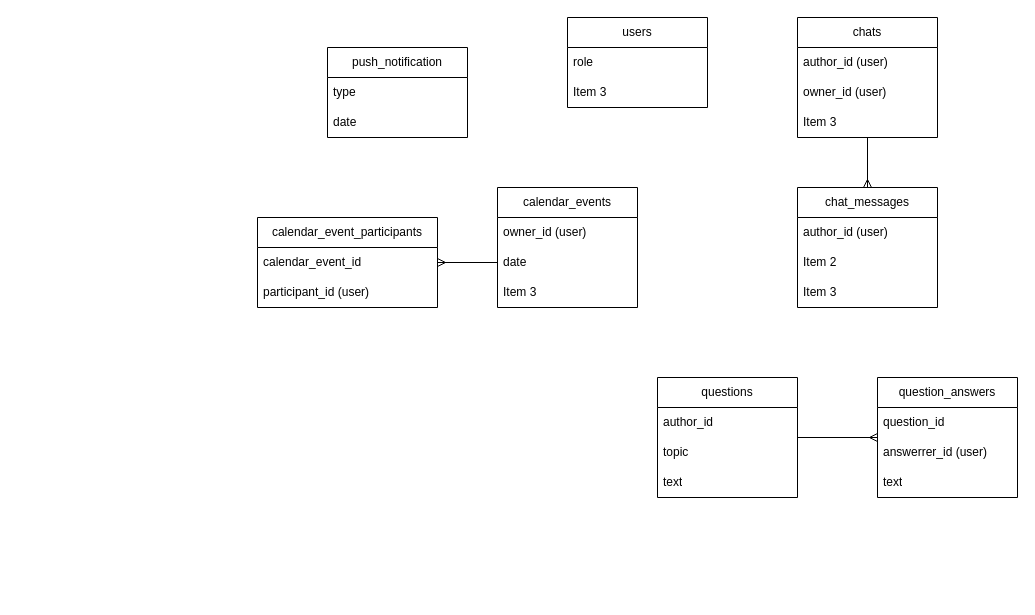
This is page "db" (2 of 4) of mirra-arch.drawio from Mirra-Psychology-Center/back-core, a draw.io file, before an edit. Source tidied: cells renumbered, new cells numbered last; positions are measured from the earlier drawing's top-left corner, leaving out a move shared by most shapes. Both pictures are drawn from the tidied source at 100%, with x=0, y=0 at pixel (257, 17).
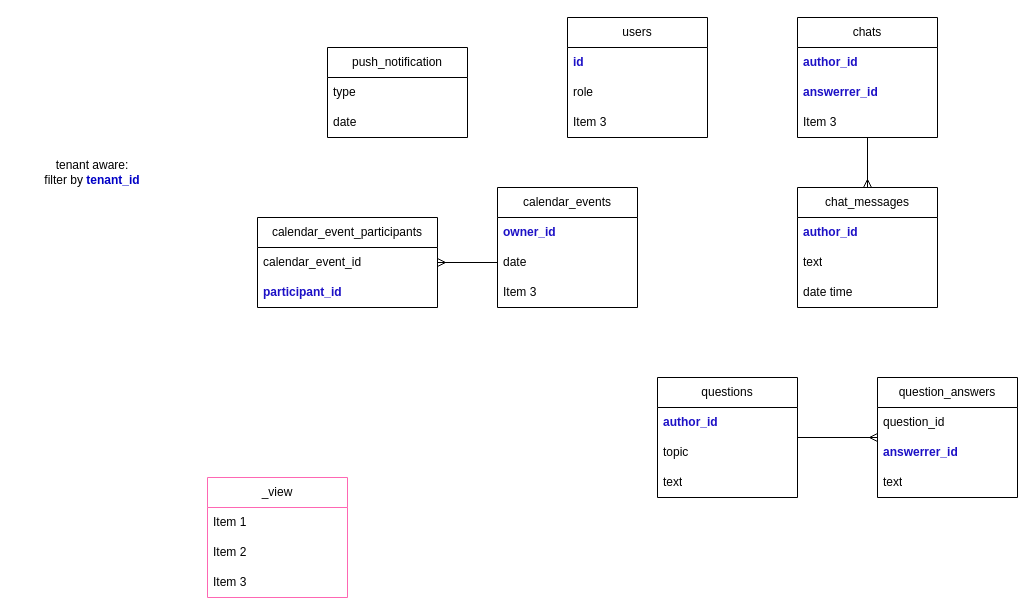
The same diagram, later.

The change refers to these unchanged cells:
```xml
<mxCell id="5" value="calendar_events" style="swimlane;fontStyle=0;horizontal=1;startSize=30;whiteSpace=wrap;html=1;" parent="1" vertex="1">
  <mxGeometry x="240" y="170" width="140" height="120" as="geometry" />
</mxCell>
<mxCell id="10" value="chats" style="swimlane;fontStyle=0;horizontal=1;startSize=30;whiteSpace=wrap;html=1;" parent="1" vertex="1">
  <mxGeometry x="540" width="140" height="120" as="geometry" />
</mxCell>
<mxCell id="14" value="chat_messages" style="swimlane;fontStyle=0;horizontal=1;startSize=30;whiteSpace=wrap;html=1;" parent="1" vertex="1">
  <mxGeometry x="540" y="170" width="140" height="120" as="geometry" />
</mxCell>
<mxCell id="19" value="questions" style="swimlane;fontStyle=0;horizontal=1;startSize=30;whiteSpace=wrap;html=1;" parent="1" vertex="1">
  <mxGeometry x="400" y="360" width="140" height="120" as="geometry" />
</mxCell>
<mxCell id="23" value="question_answers" style="swimlane;fontStyle=0;horizontal=1;startSize=30;whiteSpace=wrap;html=1;" parent="1" vertex="1">
  <mxGeometry x="620" y="360" width="140" height="120" as="geometry" />
</mxCell>
<mxCell id="27" value="calendar_event_participants" style="swimlane;fontStyle=0;horizontal=1;startSize=30;whiteSpace=wrap;html=1;" parent="1" vertex="1">
  <mxGeometry y="200" width="180" height="90" as="geometry" />
</mxCell>
```

Diff of the diagram source:
```diff
@@
     <mxCell id="2" value="users" style="swimlane;fontStyle=0;horizontal=1;startSize=30;whiteSpace=wrap;html=1;" parent="1" vertex="1">
-      <mxGeometry x="310" width="140" height="90" as="geometry" />
+      <mxGeometry x="310" width="140" height="120" as="geometry" />
     </mxCell>
+    <mxCell id="34" value="&lt;font style=&quot;color: light-dark(rgb(28, 16, 198), rgb(237, 237, 237));&quot;&gt;&lt;b&gt;id&lt;/b&gt;&lt;/font&gt;" style="text;strokeColor=none;fillColor=none;align=left;verticalAlign=middle;spacingLeft=4;spacingRight=4;overflow=hidden;whiteSpace=wrap;html=1;" parent="2" vertex="1">
+      <mxGeometry y="30" width="140" height="30" as="geometry" />
+    </mxCell>
     <mxCell id="3" value="role" style="text;strokeColor=none;fillColor=none;align=left;verticalAlign=middle;spacingLeft=4;spacingRight=4;overflow=hidden;whiteSpace=wrap;html=1;" parent="2" vertex="1">
-      <mxGeometry y="30" width="140" height="30" as="geometry" />
+      <mxGeometry y="60" width="140" height="30" as="geometry" />
     </mxCell>
     <mxCell id="4" value="Item 3" style="text;strokeColor=none;fillColor=none;align=left;verticalAlign=middle;spacingLeft=4;spacingRight=4;overflow=hidden;whiteSpace=wrap;html=1;" parent="2" vertex="1">
-      <mxGeometry y="60" width="140" height="30" as="geometry" />
+      <mxGeometry y="90" width="140" height="30" as="geometry" />
     </mxCell>
@@
-    <mxCell id="6" value="owner_id (user)" style="text;strokeColor=none;fillColor=none;align=left;verticalAlign=middle;spacingLeft=4;spacingRight=4;overflow=hidden;whiteSpace=wrap;html=1;" parent="5" vertex="1">
-      <mxGeometry y="30" width="140" height="30" as="geometry" />
-    </mxCell>
+    <mxCell id="35" value="&lt;font color=&quot;#1c10c6&quot;&gt;&lt;b&gt;owner_id&lt;/b&gt;&lt;/font&gt;" style="text;strokeColor=none;fillColor=none;align=left;verticalAlign=middle;spacingLeft=4;spacingRight=4;overflow=hidden;whiteSpace=wrap;html=1;" parent="5" vertex="1">
+      <mxGeometry y="30" width="140" height="30" as="geometry" />
+    </mxCell>
@@
-    <mxCell id="11" value="author_id (user)" style="text;strokeColor=none;fillColor=none;align=left;verticalAlign=middle;spacingLeft=4;spacingRight=4;overflow=hidden;whiteSpace=wrap;html=1;" parent="10" vertex="1">
-      <mxGeometry y="30" width="140" height="30" as="geometry" />
-    </mxCell>
-    <mxCell id="12" value="owner_id (user)" style="text;strokeColor=none;fillColor=none;align=left;verticalAlign=middle;spacingLeft=4;spacingRight=4;overflow=hidden;whiteSpace=wrap;html=1;" parent="10" vertex="1">
-      <mxGeometry y="60" width="140" height="30" as="geometry" />
-    </mxCell>
+    <mxCell id="36" value="&lt;font color=&quot;#1c10c6&quot;&gt;&lt;b&gt;author_id&lt;/b&gt;&lt;/font&gt;" style="text;strokeColor=none;fillColor=none;align=left;verticalAlign=middle;spacingLeft=4;spacingRight=4;overflow=hidden;whiteSpace=wrap;html=1;" parent="10" vertex="1">
+      <mxGeometry y="30" width="140" height="30" as="geometry" />
+    </mxCell>
+    <mxCell id="37" value="&lt;font color=&quot;#1c10c6&quot;&gt;&lt;b&gt;answerrer_id&lt;/b&gt;&lt;/font&gt;" style="text;strokeColor=none;fillColor=none;align=left;verticalAlign=middle;spacingLeft=4;spacingRight=4;overflow=hidden;whiteSpace=wrap;html=1;" parent="10" vertex="1">
+      <mxGeometry y="60" width="140" height="30" as="geometry" />
+    </mxCell>
@@
-    <mxCell id="15" value="author_id (user)" style="text;strokeColor=none;fillColor=none;align=left;verticalAlign=middle;spacingLeft=4;spacingRight=4;overflow=hidden;whiteSpace=wrap;html=1;" parent="14" vertex="1">
-      <mxGeometry y="30" width="140" height="30" as="geometry" />
-    </mxCell>
+    <mxCell id="38" value="&lt;font color=&quot;#1c10c6&quot;&gt;&lt;b&gt;author_id&lt;/b&gt;&lt;/font&gt;" style="text;strokeColor=none;fillColor=none;align=left;verticalAlign=middle;spacingLeft=4;spacingRight=4;overflow=hidden;whiteSpace=wrap;html=1;" parent="14" vertex="1">
+      <mxGeometry y="30" width="140" height="30" as="geometry" />
+    </mxCell>
-    <mxCell id="16" value="Item 2" style="text;strokeColor=none;fillColor=none;align=left;verticalAlign=middle;spacingLeft=4;spacingRight=4;overflow=hidden;whiteSpace=wrap;html=1;" parent="14" vertex="1">
+    <mxCell id="16" value="text" style="text;strokeColor=none;fillColor=none;align=left;verticalAlign=middle;spacingLeft=4;spacingRight=4;overflow=hidden;whiteSpace=wrap;html=1;" parent="14" vertex="1">
       <mxGeometry y="60" width="140" height="30" as="geometry" />
     </mxCell>
-    <mxCell id="17" value="Item 3" style="text;strokeColor=none;fillColor=none;align=left;verticalAlign=middle;spacingLeft=4;spacingRight=4;overflow=hidden;whiteSpace=wrap;html=1;" parent="14" vertex="1">
+    <mxCell id="17" value="date time" style="text;strokeColor=none;fillColor=none;align=left;verticalAlign=middle;spacingLeft=4;spacingRight=4;overflow=hidden;whiteSpace=wrap;html=1;" parent="14" vertex="1">
       <mxGeometry y="90" width="140" height="30" as="geometry" />
     </mxCell>
@@
-    <mxCell id="20" value="author_id" style="text;strokeColor=none;fillColor=none;align=left;verticalAlign=middle;spacingLeft=4;spacingRight=4;overflow=hidden;whiteSpace=wrap;html=1;" parent="19" vertex="1">
-      <mxGeometry y="30" width="140" height="30" as="geometry" />
-    </mxCell>
+    <mxCell id="39" value="&lt;font color=&quot;#1c10c6&quot;&gt;&lt;b&gt;author_id&lt;/b&gt;&lt;/font&gt;" style="text;strokeColor=none;fillColor=none;align=left;verticalAlign=middle;spacingLeft=4;spacingRight=4;overflow=hidden;whiteSpace=wrap;html=1;" parent="19" vertex="1">
+      <mxGeometry y="30" width="140" height="30" as="geometry" />
+    </mxCell>
@@
-    <mxCell id="25" value="answerrer_id (user)" style="text;strokeColor=none;fillColor=none;align=left;verticalAlign=middle;spacingLeft=4;spacingRight=4;overflow=hidden;whiteSpace=wrap;html=1;" parent="23" vertex="1">
-      <mxGeometry y="60" width="140" height="30" as="geometry" />
-    </mxCell>
+    <mxCell id="40" value="&lt;font color=&quot;#1c10c6&quot;&gt;&lt;b&gt;answerrer_id&lt;/b&gt;&lt;/font&gt;" style="text;strokeColor=none;fillColor=none;align=left;verticalAlign=middle;spacingLeft=4;spacingRight=4;overflow=hidden;whiteSpace=wrap;html=1;" parent="23" vertex="1">
+      <mxGeometry y="60" width="140" height="30" as="geometry" />
+    </mxCell>
@@
-    <mxCell id="29" value="participant_id (user)" style="text;strokeColor=none;fillColor=none;align=left;verticalAlign=middle;spacingLeft=4;spacingRight=4;overflow=hidden;whiteSpace=wrap;html=1;" parent="27" vertex="1">
-      <mxGeometry y="60" width="180" height="30" as="geometry" />
-    </mxCell>
+    <mxCell id="41" value="&lt;font color=&quot;#1c10c6&quot;&gt;&lt;b&gt;participant_id&lt;/b&gt;&lt;/font&gt;" style="text;strokeColor=none;fillColor=none;align=left;verticalAlign=middle;spacingLeft=4;spacingRight=4;overflow=hidden;whiteSpace=wrap;html=1;" parent="27" vertex="1">
+      <mxGeometry y="60" width="180" height="30" as="geometry" />
+    </mxCell>
@@
+    <mxCell id="42" value="tenant aware:&lt;br&gt;filter by &lt;font style=&quot;color: rgb(0, 0, 198);&quot;&gt;&lt;b&gt;tenant_id&lt;/b&gt;&lt;/font&gt;" style="text;html=1;whiteSpace=wrap;strokeColor=none;fillColor=none;align=center;verticalAlign=middle;rounded=0;" parent="1" vertex="1">
+      <mxGeometry x="-240" y="140" width="150" height="30" as="geometry" />
+    </mxCell>
+    <mxCell id="43" value="_view" style="swimlane;fontStyle=0;horizontal=1;startSize=30;whiteSpace=wrap;html=1;strokeColor=light-dark(#fe67b3, #ff80ee);" parent="1" vertex="1">
+      <mxGeometry x="-50" y="460" width="140" height="120" as="geometry" />
+    </mxCell>
+    <mxCell id="44" value="Item 1" style="text;strokeColor=none;fillColor=none;align=left;verticalAlign=middle;spacingLeft=4;spacingRight=4;overflow=hidden;whiteSpace=wrap;html=1;" parent="43" vertex="1">
+      <mxGeometry y="30" width="140" height="30" as="geometry" />
+    </mxCell>
+    <mxCell id="45" value="Item 2" style="text;strokeColor=none;fillColor=none;align=left;verticalAlign=middle;spacingLeft=4;spacingRight=4;overflow=hidden;whiteSpace=wrap;html=1;" parent="43" vertex="1">
+      <mxGeometry y="60" width="140" height="30" as="geometry" />
+    </mxCell>
+    <mxCell id="46" value="Item 3" style="text;strokeColor=none;fillColor=none;align=left;verticalAlign=middle;spacingLeft=4;spacingRight=4;overflow=hidden;whiteSpace=wrap;html=1;" parent="43" vertex="1">
+      <mxGeometry y="90" width="140" height="30" as="geometry" />
+    </mxCell>
```
